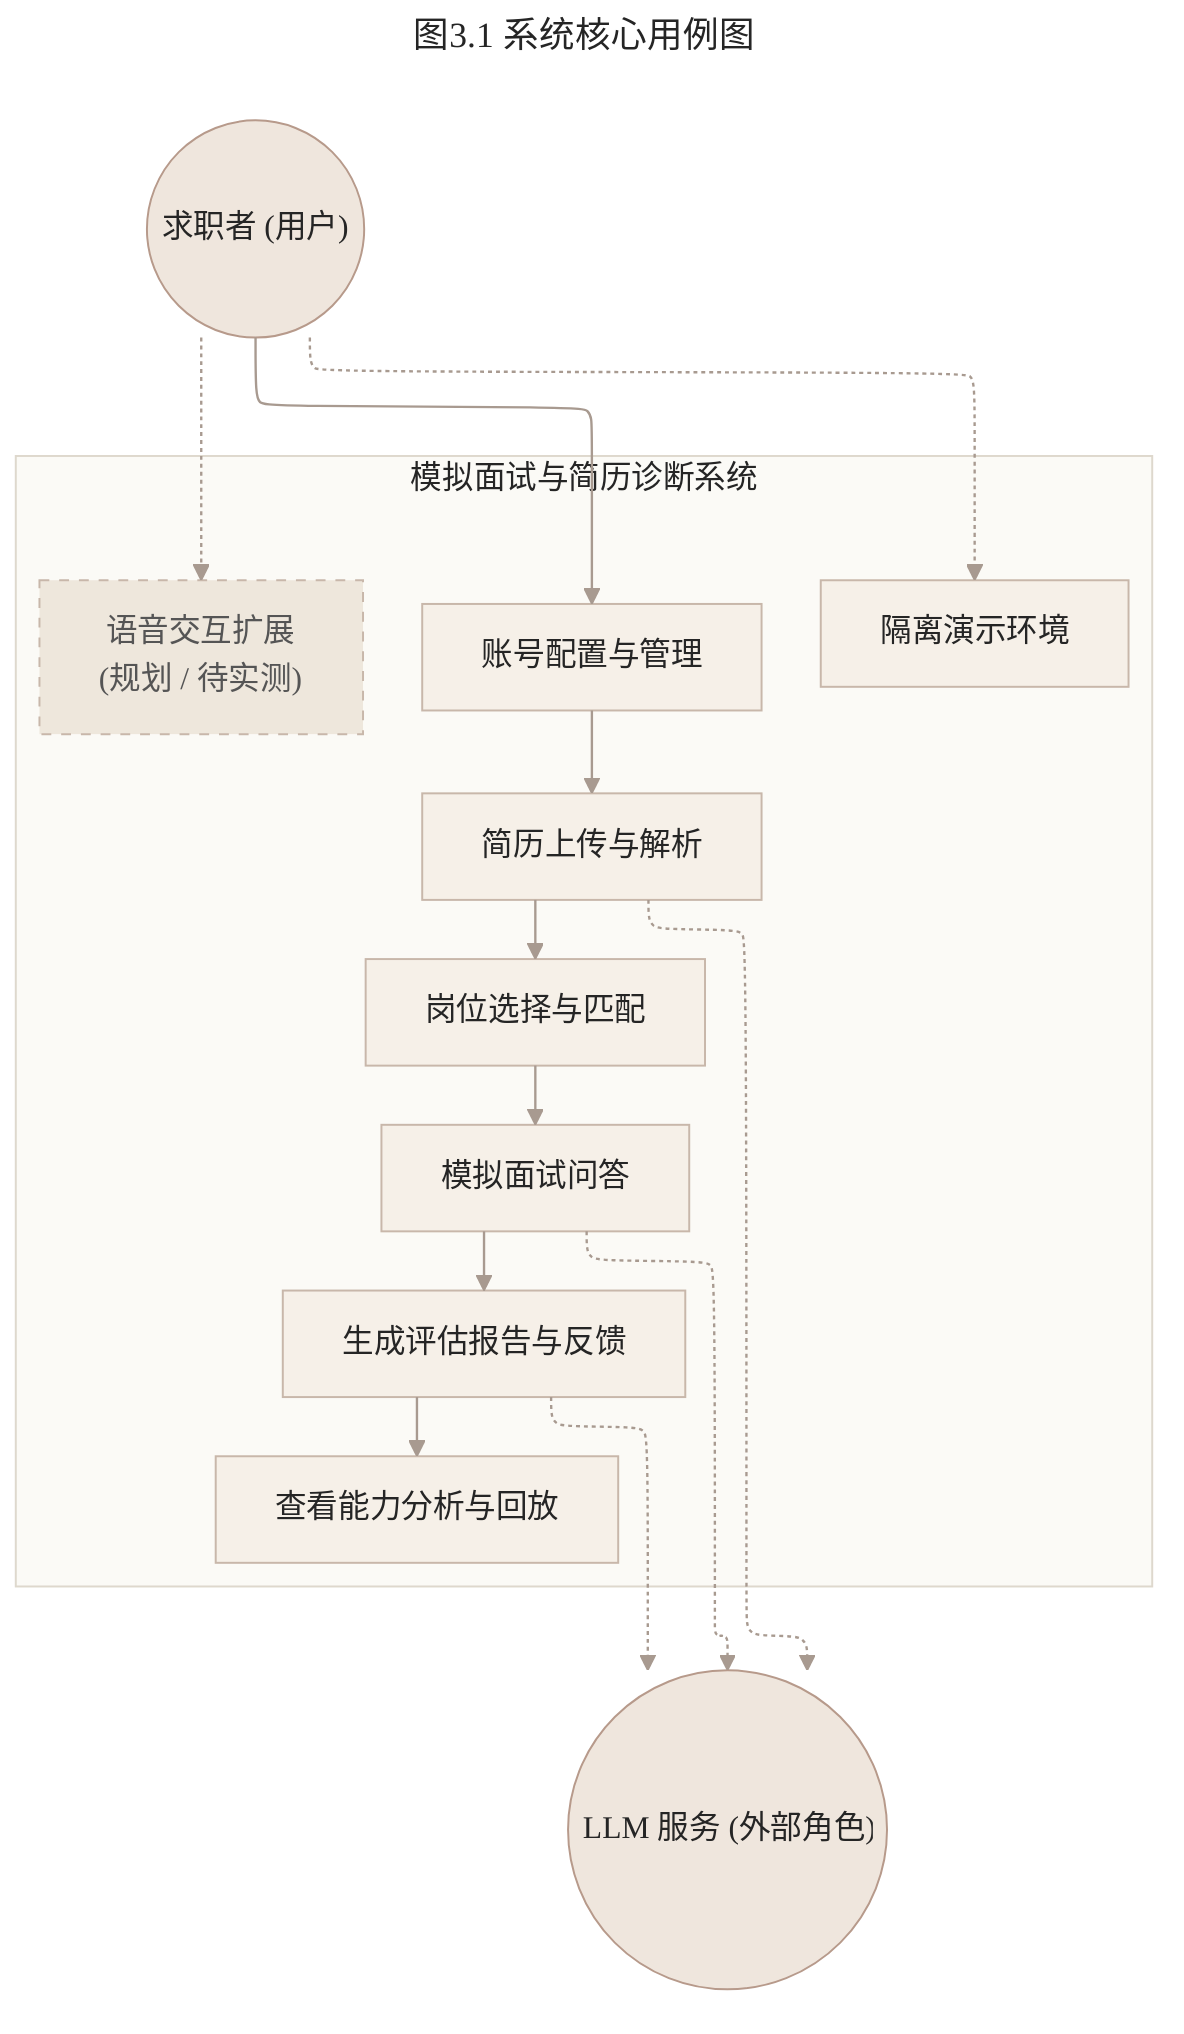
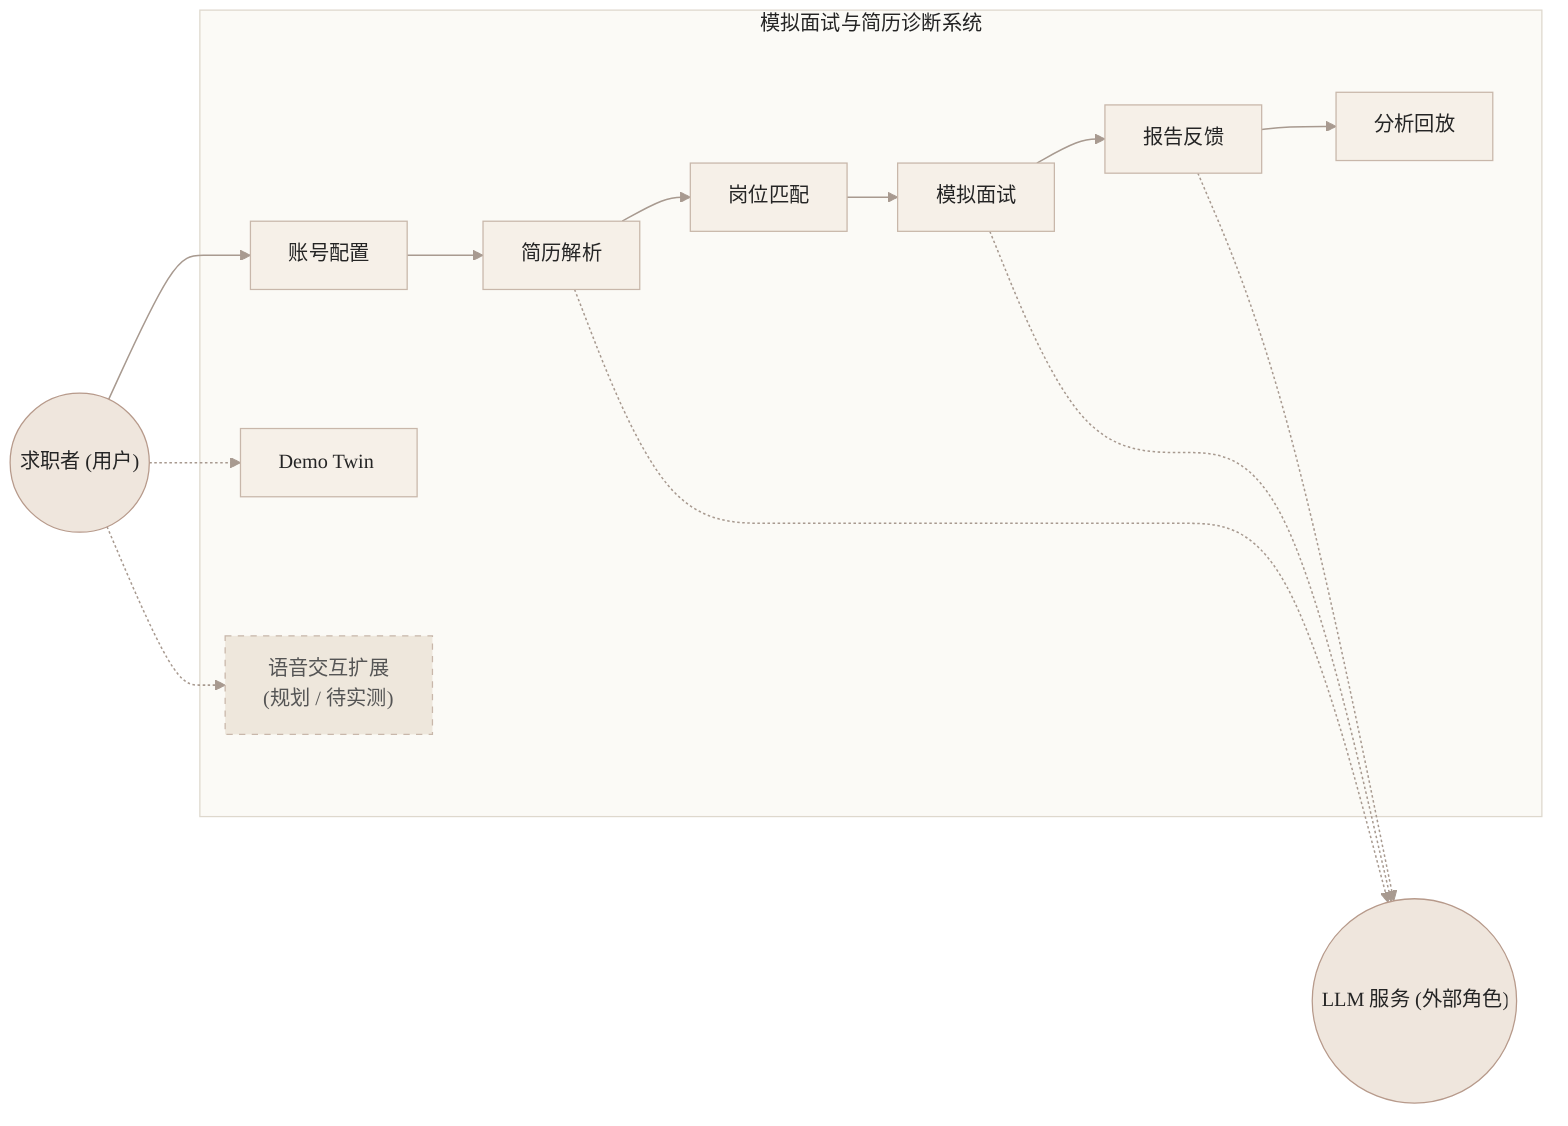
- ---
- title: 图3.1 系统核心用例图
- config:
-   theme: base
-   layout: elk
-   flowchart:
-     curve: basis
-     nodeSpacing: 48
-     rankSpacing: 58
-     wrappingWidth: 150
-   themeVariables:
-     background: "#FAF8F2"
-     primaryColor: "#EFE6DD"
-     primaryBorderColor: "#B79A8B"
-     primaryTextColor: "#252525"
-     lineColor: "#A89A90"
-     secondaryColor: "#F6F0E8"
-     tertiaryColor: "#FBFAF6"
-     fontFamily: "Microsoft YaHei, SimHei, Arial, sans-serif"
-     fontSize: "16px"
- ---
- flowchart TB
+ %%{init: {
+   'theme': 'base',
+   'themeVariables': {
+     'background': '#FAF8F2',
+     'primaryColor': '#EFE6DD',
+     'primaryBorderColor': '#B79A8B',
+     'primaryTextColor': '#252525',
+     'lineColor': '#A89A90',
+     'secondaryColor': '#F6F0E8',
+     'tertiaryColor': '#FBFAF6',
+     'fontFamily': 'Microsoft YaHei, SimHei, Arial, sans-serif',
+     'fontSize': '16px'
+   },
+   'flowchart': {
+     'nodeSpacing': 110,
+     'rankSpacing': 40
+   }
+ }}%%
+ flowchart LR
  user(("求职者 (用户)"))
  llm_service(("LLM 服务 (外部角色)"))

  subgraph system_boundary["模拟面试与简历诊断系统"]
-     login_profile["账号配置与管理"]
-     resume_parse["简历上传与解析"]
-     job_match["岗位选择与匹配"]
-     mock_interview["模拟面试问答"]
-     report_feedback["生成评估报告与反馈"]
-     analytics_history["查看能力分析与回放"]
-     demo_twin["隔离演示环境"]
+     login_profile["账号配置"]
+     resume_parse["简历解析"]
+     job_match["岗位匹配"]
+     mock_interview["模拟面试"]
+     report_feedback["报告反馈"]
+     analytics_history["分析回放"]
+ 
+     demo_twin["Demo Twin"]
    voice_extension["语音交互扩展<br/>(规划 / 待实测)"]

    login_profile --> resume_parse --> job_match --> mock_interview --> report_feedback --> analytics_history
  end

  user --> login_profile
  user -.-> demo_twin
  user -.-> voice_extension

  resume_parse -.-> llm_service
  mock_interview -.-> llm_service
  report_feedback -.-> llm_service

  classDef actor fill:#EFE6DD,stroke:#B79A8B,color:#252525
  classDef layer fill:#FBFAF6,stroke:#DED8CD,color:#252525
  classDef node fill:#F6F0E8,stroke:#C8B7AA,color:#252525
  classDef plan fill:#EEE7DC,stroke:#C8B7AA,stroke-dasharray: 5 5,color:#555555
  class user,llm_service actor
  class system_boundary layer
  class login_profile,resume_parse,job_match,mock_interview,report_feedback,analytics_history,demo_twin node
  class voice_extension plan
  linkStyle default stroke:#A89A90,stroke-width:1.2px
